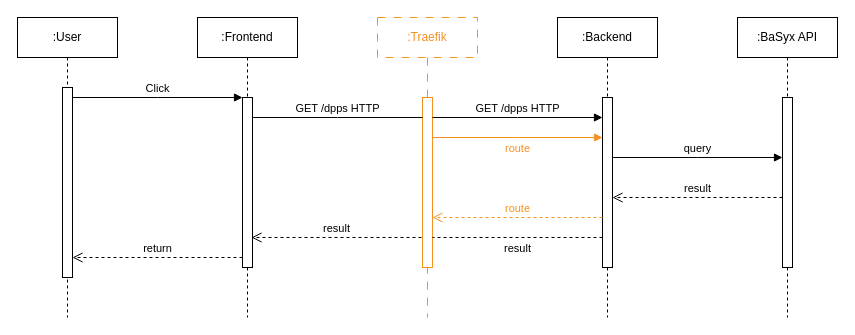
This is PROJECT/SAS/src/sequence-diagram/TINF24F_SAS_Team_6_Sequence-Diagram.drawio from DHBW-TINF24F/Team6-BaSyx-DPP-API, a draw.io file, before an edit. Source tidied: cells renumbered, new cells numbered last; positions are measured from the earlier drawing's top-left corner, leaving out a move shared by most shapes. Both pictures are drawn from the tidied source at 100%, with x=0, y=0 at pixel (17, 17).
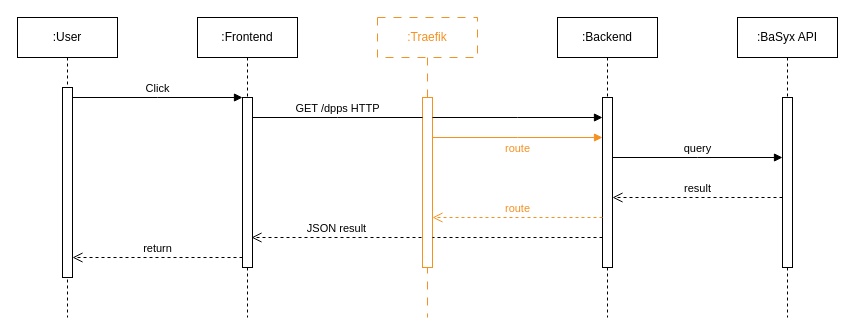
The same diagram, later.

Commit message (it also covers changes not shown here):
minor sequence diagram fixes

The edit, as a diff of the source:
```diff
@@
-    <mxCell id="19" value="result" style="html=1;verticalAlign=bottom;endArrow=open;dashed=1;endSize=8;edgeStyle=elbowEdgeStyle;elbow=vertical;curved=0;rounded=0;" parent="1" edge="1">
+    <mxCell id="19" value="JSON result" style="html=1;verticalAlign=bottom;endArrow=open;dashed=1;endSize=8;edgeStyle=elbowEdgeStyle;elbow=vertical;curved=0;rounded=0;" parent="1" edge="1">
       <mxGeometry relative="1" as="geometry">
         <mxPoint x="404" y="220" as="sourcePoint" />
         <mxPoint x="234" y="220" as="targetPoint" />
         <Array as="points">
           <mxPoint x="329" y="220" />
         </Array>
       </mxGeometry>
     </mxCell>
-    <mxCell id="20" value="result" style="html=1;verticalAlign=bottom;endArrow=none;dashed=1;endSize=8;edgeStyle=elbowEdgeStyle;elbow=vertical;curved=0;rounded=0;endFill=0;" parent="1" edge="1">
+    <mxCell id="20" style="html=1;verticalAlign=bottom;endArrow=none;dashed=1;endSize=8;edgeStyle=elbowEdgeStyle;elbow=vertical;curved=0;rounded=0;endFill=0;" parent="1" edge="1">
       <mxGeometry y="20" relative="1" as="geometry">
         <mxPoint x="585" y="220" as="sourcePoint" />
         <mxPoint x="415" y="220" as="targetPoint" />
         <Array as="points">
           <mxPoint x="510" y="220" />
         </Array>
       </mxGeometry>
     </mxCell>
-    <mxCell id="21" value="GET /dpps HTTP" style="html=1;verticalAlign=bottom;endArrow=block;edgeStyle=elbowEdgeStyle;elbow=vertical;curved=0;rounded=0;" parent="1" edge="1">
+    <mxCell id="21" style="html=1;verticalAlign=bottom;endArrow=block;edgeStyle=elbowEdgeStyle;elbow=vertical;curved=0;rounded=0;" parent="1" edge="1">
       <mxGeometry relative="1" as="geometry">
         <mxPoint x="415" y="100" as="sourcePoint" />
         <mxPoint x="585" y="100" as="targetPoint" />
         <Array as="points">
           <mxPoint x="500" y="100" />
         </Array>
       </mxGeometry>
     </mxCell>
```
